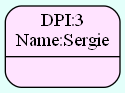
Above: FASE 3/Grafico/Admin_Btree_Clients.png in Serch-ING/EDD_UDRAWING_202000119 (Graphviz), before the change. Its source is kept beside it as FASE 3/Grafico/Admin_Btree_Clients.dot. The source it was exported from:
```dot
digraph structs {
  bgcolor = "#E3FFFA"
 node [shape=Mrecord fillcolor="#FFE3FF" style =filled];
struct792482028[label="{{DPI:3\nName:Sergie}|<here>}"];

}
```
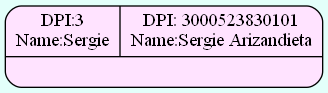
Above is the later version.

The edit, as a diff of the source:
```diff
@@ -1,6 +1,6 @@
 digraph structs {
   bgcolor = "#E3FFFA"
  node [shape=Mrecord fillcolor="#FFE3FF" style =filled];
-struct792482028[label="{{DPI:3\nName:Sergie}|<here>}"];
+struct981971352[label="{{DPI:3\nName:Sergie|DPI: 3000523830101\nName:Sergie Arizandieta }|<here>}"];
 
 }
```
